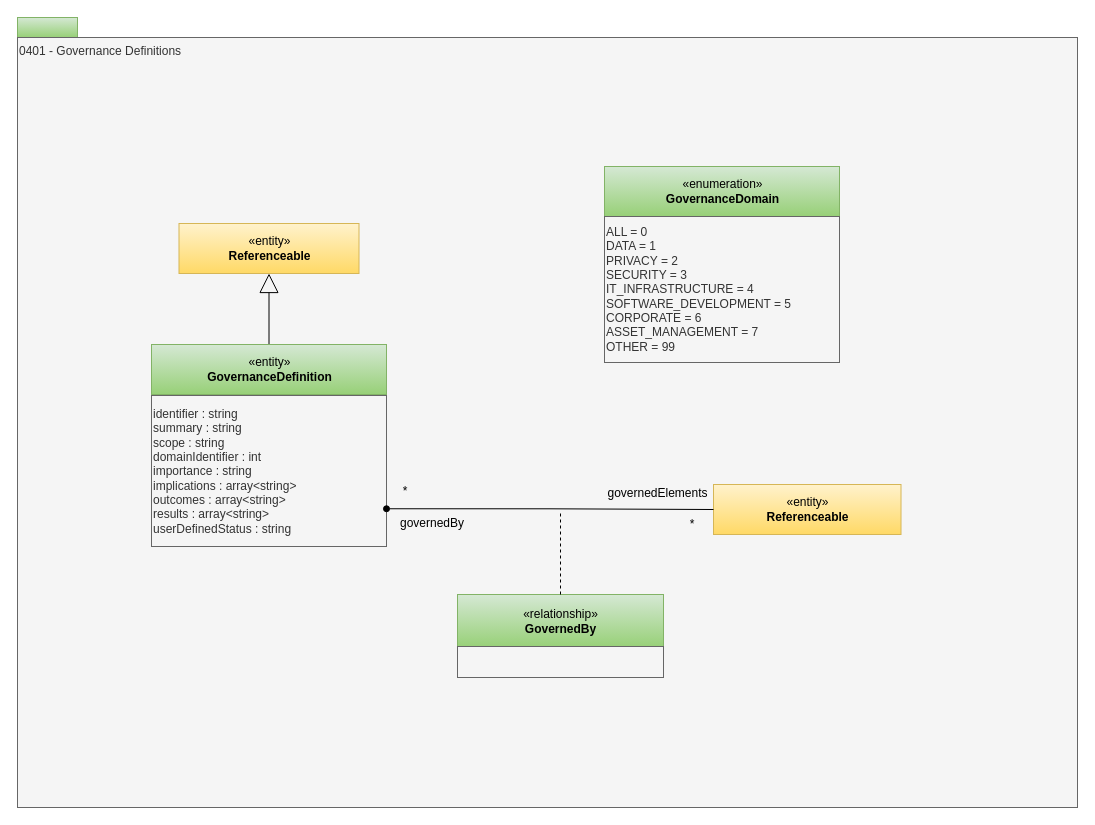
Earlier version of the draw.io diagram page "0401-Governance-Definitions" (2 of 30) of site/docs/types/4/area-4-governance.drawio (odpi/egeria-docs). Source tidied: cells renumbered, new cells numbered last; positions are measured from the earlier drawing's top-left corner, leaving out a move shared by most shapes. Both pictures are drawn from the tidied source at 100%, with x=0, y=0 at pixel (17, 17).
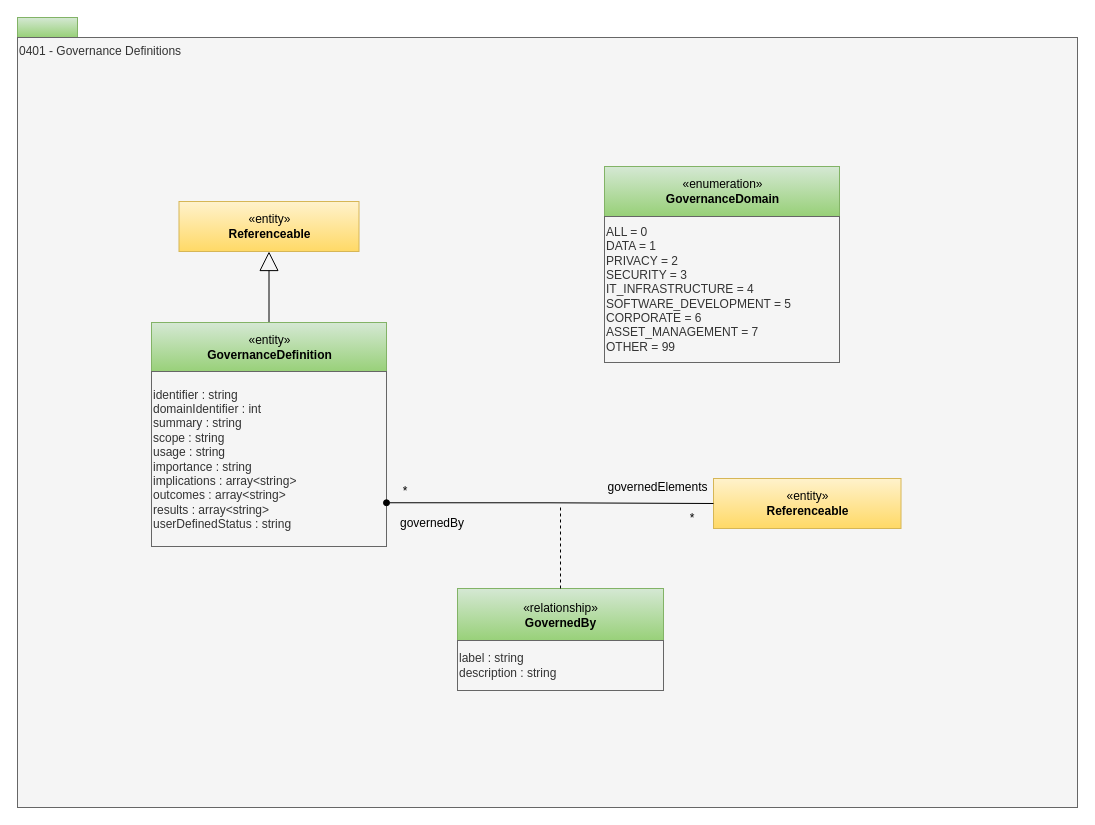
Above is the later version.

What changed in the source:
```diff
@@
 <mxGraphModel>
   <root>
     <mxCell id="0" />
     <mxCell id="1" parent="0" />
     <mxCell id="2" style="rounded=0;whiteSpace=wrap;html=1;align=left;fillColor=#d5e8d4;strokeColor=#82b366;gradientColor=#97d077;" parent="1" vertex="1">
       <mxGeometry width="60" height="20" as="geometry" />
     </mxCell>
     <mxCell id="3" value="0401 - Governance Definitions" style="rounded=0;whiteSpace=wrap;html=1;align=left;verticalAlign=top;fillColor=#f5f5f5;fontColor=#333333;strokeColor=#666666;" parent="1" vertex="1">
       <mxGeometry y="20" width="1060" height="770" as="geometry" />
     </mxCell>
     <mxCell id="4" style="edgeStyle=orthogonalEdgeStyle;rounded=0;jettySize=auto;html=1;exitX=0.5;exitY=0;exitDx=0;exitDy=0;entryX=0.5;entryY=1;entryDx=0;entryDy=0;endArrow=block;endFill=0;endSize=17;" parent="1" edge="1" source="5" target="6">
       <mxGeometry relative="1" as="geometry" />
     </mxCell>
     <mxCell id="5" value="«entity»&lt;br&gt;&lt;b&gt;GovernanceDefinition&lt;/b&gt;" style="html=1;strokeColor=#82b366;align=center;fillColor=#d5e8d4;gradientColor=#97d077;" parent="1" vertex="1">
-      <mxGeometry x="134" y="327" width="235" height="50" as="geometry" />
+      <mxGeometry x="134" y="305" width="235" height="50" as="geometry" />
     </mxCell>
     <mxCell id="6" value="«entity»&lt;br&gt;&lt;b&gt;Referenceable&lt;/b&gt;" style="html=1;strokeColor=#d6b656;align=center;fillColor=#fff2cc;gradientColor=#ffd966;" parent="1" vertex="1">
-      <mxGeometry x="161.5" y="206" width="180" height="50" as="geometry" />
+      <mxGeometry x="161.5" y="184" width="180" height="50" as="geometry" />
     </mxCell>
-    <mxCell id="7" value="identifier : string&lt;div&gt;summary : string&lt;br&gt;scope : string&lt;br&gt;domainIdentifier : int&lt;br&gt;importance : string&lt;br&gt;implications : array&amp;lt;string&amp;gt;&lt;br&gt;outcomes : array&amp;lt;string&amp;gt;&lt;br&gt;results : array&amp;lt;string&amp;gt;&lt;/div&gt;&lt;div&gt;userDefinedStatus : string&lt;/div&gt;" style="rounded=0;whiteSpace=wrap;html=1;strokeColor=#666666;align=left;fillColor=#f5f5f5;fontColor=#333333;" parent="1" vertex="1">
-      <mxGeometry x="134" y="378" width="235" height="151" as="geometry" />
+    <mxCell id="7" value="identifier : string&lt;div&gt;domainIdentifier : int&lt;br&gt;&lt;div&gt;summary : string&lt;br&gt;scope : string&lt;br&gt;usage : string&lt;br&gt;importance : string&lt;br&gt;implications : array&amp;lt;string&amp;gt;&lt;br&gt;outcomes : array&amp;lt;string&amp;gt;&lt;br&gt;results : array&amp;lt;string&amp;gt;&lt;/div&gt;&lt;div&gt;userDefinedStatus : string&lt;/div&gt;&lt;/div&gt;" style="rounded=0;whiteSpace=wrap;html=1;strokeColor=#666666;align=left;fillColor=#f5f5f5;fontColor=#333333;" parent="1" vertex="1">
+      <mxGeometry x="134" y="354" width="235" height="175" as="geometry" />
     </mxCell>
     <mxCell id="8" value="«enumeration»&lt;br&gt;&lt;b&gt;GovernanceDomain&lt;/b&gt;" style="html=1;strokeColor=#82b366;align=center;fillColor=#d5e8d4;gradientColor=#97d077;" parent="1" vertex="1">
       <mxGeometry x="587" y="149" width="235" height="50" as="geometry" />
     </mxCell>
     <mxCell id="9" value="ALL = 0&lt;br&gt;DATA = 1&lt;br&gt;PRIVACY = 2&lt;br&gt;SECURITY = 3&lt;br&gt;IT_INFRASTRUCTURE = 4&lt;br&gt;SOFTWARE_DEVELOPMENT = 5&lt;br&gt;CORPORATE = 6&lt;br&gt;ASSET_MANAGEMENT = 7&lt;br&gt;OTHER = 99" style="rounded=0;whiteSpace=wrap;html=1;strokeColor=#666666;align=left;fillColor=#f5f5f5;fontColor=#333333;" parent="1" vertex="1">
       <mxGeometry x="587" y="199" width="235" height="146" as="geometry" />
     </mxCell>
     <mxCell id="10" value="«entity»&lt;br&gt;&lt;b&gt;Referenceable&lt;/b&gt;" style="html=1;strokeColor=#d6b656;align=center;fillColor=#fff2cc;gradientColor=#ffd966;" parent="1" vertex="1">
-      <mxGeometry x="696" y="467" width="187.5" height="50" as="geometry" />
+      <mxGeometry x="696" y="461" width="187.5" height="50" as="geometry" />
     </mxCell>
     <mxCell id="11" style="edgeStyle=orthogonalEdgeStyle;rounded=0;html=1;jettySize=auto;endArrow=none;endFill=0;exitX=1;exitY=0.75;exitDx=0;exitDy=0;startArrow=oval;startFill=1;" parent="1" edge="1" source="7" target="10">
       <mxGeometry relative="1" as="geometry" />
     </mxCell>
     <mxCell id="12" value="*" style="text;html=1;strokeColor=none;fillColor=none;align=center;verticalAlign=middle;whiteSpace=wrap;rounded=0;" parent="1" vertex="1">
-      <mxGeometry x="662" y="498" width="26" height="18" as="geometry" />
+      <mxGeometry x="662" y="492" width="26" height="18" as="geometry" />
     </mxCell>
     <mxCell id="13" value="«relationship»&lt;br&gt;&lt;b&gt;GovernedBy&lt;/b&gt;" style="html=1;strokeColor=#82b366;align=center;fillColor=#d5e8d4;gradientColor=#97d077;" parent="1" vertex="1">
-      <mxGeometry x="440" y="577" width="206" height="53" as="geometry" />
+      <mxGeometry x="440" y="571" width="206" height="53" as="geometry" />
     </mxCell>
     <mxCell id="14" style="endArrow=none;dashed=1;html=1;" parent="1" edge="1" target="13">
       <mxGeometry relative="1" as="geometry">
-        <mxPoint x="543" y="496" as="sourcePoint" />
+        <mxPoint x="543" y="490" as="sourcePoint" />
       </mxGeometry>
     </mxCell>
-    <mxCell id="15" style="rounded=0;whiteSpace=wrap;html=1;strokeColor=#666666;align=left;fillColor=#f5f5f5;fontColor=#333333;" parent="1" vertex="1">
-      <mxGeometry x="440" y="629" width="206" height="31" as="geometry" />
+    <mxCell id="15" value="label : string&lt;div&gt;description : string&lt;/div&gt;" style="rounded=0;whiteSpace=wrap;html=1;strokeColor=#666666;align=left;fillColor=#f5f5f5;fontColor=#333333;" parent="1" vertex="1">
+      <mxGeometry x="440" y="623" width="206" height="50" as="geometry" />
     </mxCell>
     <mxCell id="16" value="governedBy" style="text;html=1;strokeColor=none;fillColor=none;align=center;verticalAlign=middle;whiteSpace=wrap;rounded=0;" parent="1" vertex="1">
       <mxGeometry x="352" y="496" width="126" height="20" as="geometry" />
     </mxCell>
     <mxCell id="17" value="governedElements" style="text;html=1;strokeColor=none;fillColor=none;align=center;verticalAlign=middle;whiteSpace=wrap;rounded=0;" parent="1" vertex="1">
-      <mxGeometry x="573" y="466" width="135" height="20" as="geometry" />
+      <mxGeometry x="573" y="460" width="135" height="20" as="geometry" />
     </mxCell>
     <mxCell id="18" value="*" style="text;html=1;strokeColor=none;fillColor=none;align=center;verticalAlign=middle;whiteSpace=wrap;rounded=0;" parent="1" vertex="1">
       <mxGeometry x="375" y="465" width="26" height="18" as="geometry" />
     </mxCell>
   </root>
 </mxGraphModel>
```
